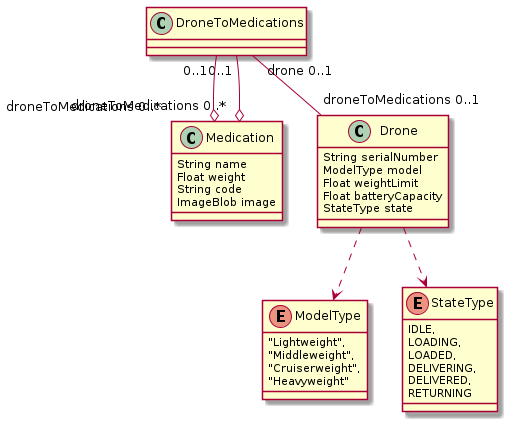
This is droneDispatcher.png from sambman/droneDispatcher, a PlantUML export, as it was before one commit.
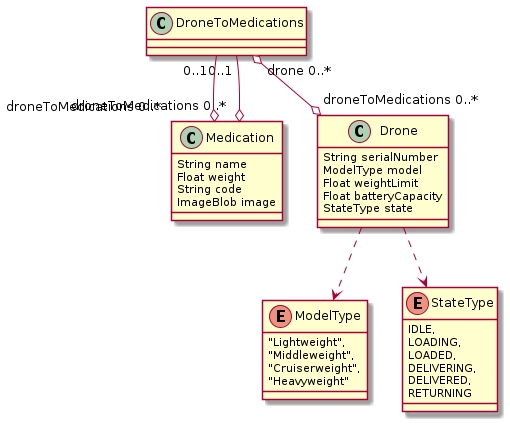
After the change.

Change to the diagram source:
```diff
@@ -31,7 +31,7 @@
 		DELIVERED,
 		RETURNING
 	}
-	DroneToMedications  "drone 0..1 " -- "droneToMedications 0..1 "  Drone
+	DroneToMedications  "drone 0..* " o--o "droneToMedications 0..* "  Drone
 	Medication  "droneToMedications 0..* " o-- "0..1 "  DroneToMedications
 	DroneToMedications  "0..1 " --o "droneToMedications 0..* "  Medication
 @enduml
```
